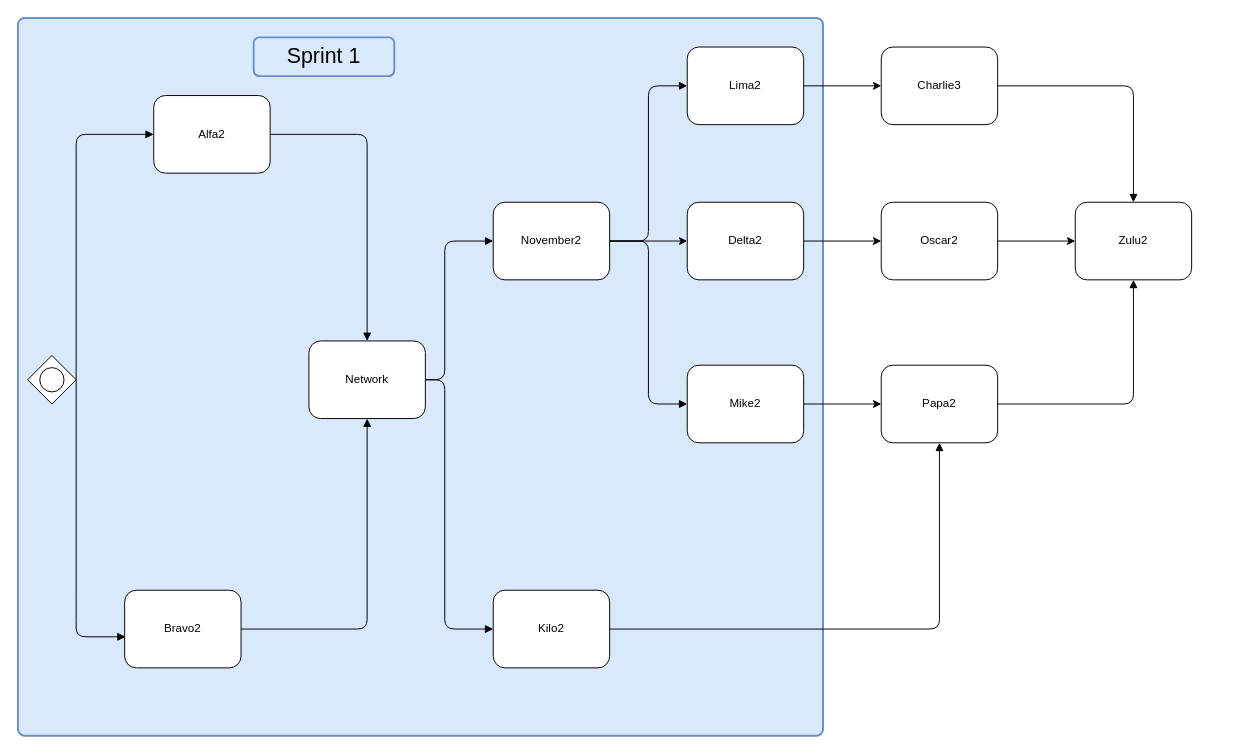
The draw.io diagram Release/docs/Critical_path.drawio in JensVL/projecten3, before the edit. Source tidied: cells renumbered, new cells numbered last; positions are measured from the earlier drawing's top-left corner, leaving out a move shared by most shapes. Both pictures are drawn from the tidied source at 97%, with x=0, y=0 at pixel (17, 17).
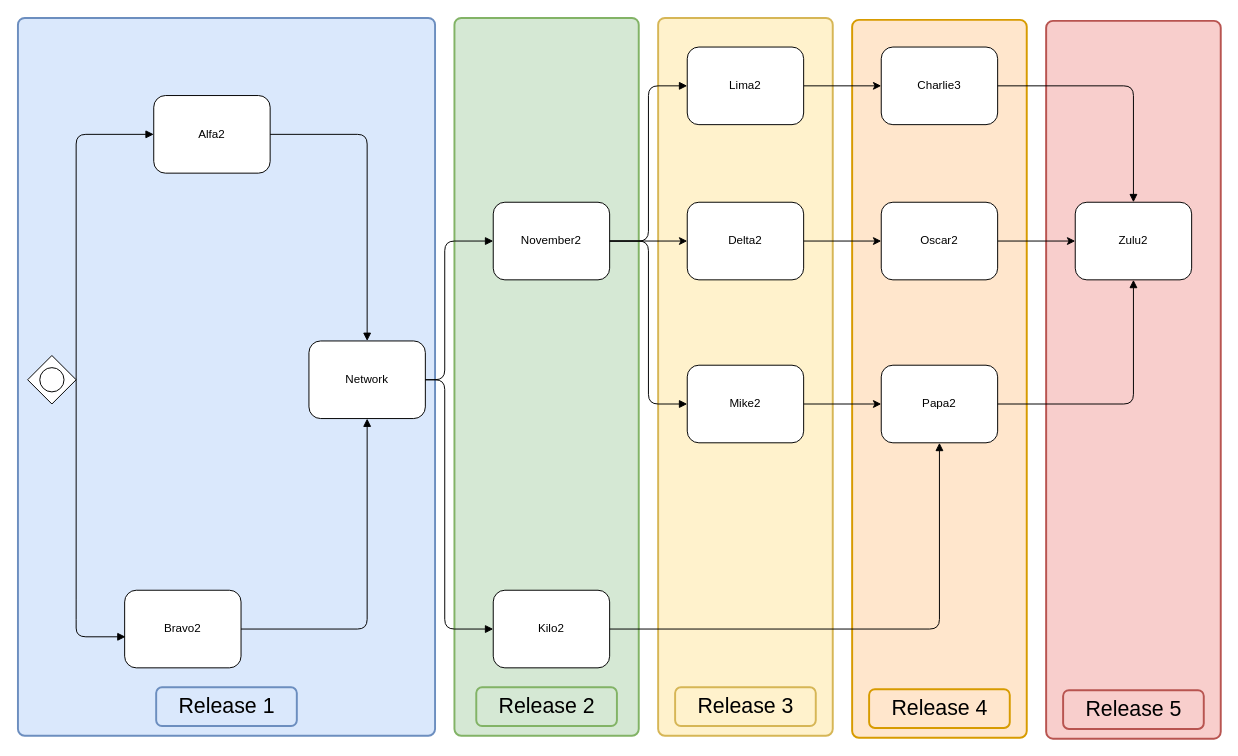
Above is the later version.

Commit message (it also covers changes not shown here):
[integration][release1] Split up releases and updated critical path

What changed in the source:
```diff
@@
+    <mxCell id="33" style="rounded=1;whiteSpace=wrap;html=1;absoluteArcSize=1;arcSize=14;strokeWidth=2;fillColor=#f8cecc;strokeColor=#b85450;" parent="1" vertex="1">
+      <mxGeometry x="1060" y="3" width="180" height="740" as="geometry" />
+    </mxCell>
+    <mxCell id="34" value="Release 5" style="text;html=1;strokeColor=#b85450;fillColor=#f8cecc;align=center;verticalAlign=middle;whiteSpace=wrap;rounded=1;fontSize=22;strokeWidth=2;" parent="1" vertex="1">
+      <mxGeometry x="1077.5" y="693" width="145" height="40" as="geometry" />
+    </mxCell>
+    <mxCell id="35" style="rounded=1;whiteSpace=wrap;html=1;absoluteArcSize=1;arcSize=14;strokeWidth=2;fillColor=#ffe6cc;strokeColor=#d79b00;" parent="1" vertex="1">
+      <mxGeometry x="860" y="2" width="180" height="740" as="geometry" />
+    </mxCell>
+    <mxCell id="36" style="rounded=1;whiteSpace=wrap;html=1;absoluteArcSize=1;arcSize=14;strokeWidth=2;fillColor=#fff2cc;strokeColor=#d6b656;" parent="1" vertex="1">
+      <mxGeometry x="660" width="180" height="740" as="geometry" />
+    </mxCell>
+    <mxCell id="37" value="Release 3" style="text;html=1;strokeColor=#d6b656;fillColor=#fff2cc;align=center;verticalAlign=middle;whiteSpace=wrap;rounded=1;fontSize=22;strokeWidth=2;" parent="1" vertex="1">
+      <mxGeometry x="677.5" y="690" width="145" height="40" as="geometry" />
+    </mxCell>
+    <mxCell id="38" style="rounded=1;whiteSpace=wrap;html=1;absoluteArcSize=1;arcSize=14;strokeWidth=2;fillColor=#d5e8d4;strokeColor=#82b366;" parent="1" vertex="1">
+      <mxGeometry x="450" width="190" height="740" as="geometry" />
+    </mxCell>
+    <mxCell id="39" value="Release 2" style="text;html=1;strokeColor=#82b366;fillColor=#d5e8d4;align=center;verticalAlign=middle;whiteSpace=wrap;rounded=1;fontSize=22;strokeWidth=2;" parent="1" vertex="1">
+      <mxGeometry x="472.5" y="690" width="145" height="40" as="geometry" />
+    </mxCell>
     <mxCell id="2" style="rounded=1;whiteSpace=wrap;html=1;absoluteArcSize=1;arcSize=14;strokeWidth=2;fillColor=#dae8fc;strokeColor=#6c8ebf;" parent="1" vertex="1">
-      <mxGeometry width="830" height="740" as="geometry" />
+      <mxGeometry width="430" height="740" as="geometry" />
     </mxCell>
@@
-    <mxCell id="32" value="Sprint 1" style="text;html=1;strokeColor=#6c8ebf;fillColor=#dae8fc;align=center;verticalAlign=middle;whiteSpace=wrap;rounded=1;fontSize=22;strokeWidth=2;" parent="1" vertex="1">
-      <mxGeometry x="243" y="20" width="145" height="40" as="geometry" />
+    <mxCell id="32" value="Release 1" style="text;html=1;strokeColor=#6c8ebf;fillColor=#dae8fc;align=center;verticalAlign=middle;whiteSpace=wrap;rounded=1;fontSize=22;strokeWidth=2;" parent="1" vertex="1">
+      <mxGeometry x="142.5" y="690" width="145" height="40" as="geometry" />
     </mxCell>
+    <mxCell id="40" value="Release 4" style="text;html=1;strokeColor=#d79b00;fillColor=#ffe6cc;align=center;verticalAlign=middle;whiteSpace=wrap;rounded=1;fontSize=22;strokeWidth=2;" parent="1" vertex="1">
+      <mxGeometry x="877.5" y="692" width="145" height="40" as="geometry" />
+    </mxCell>
```
